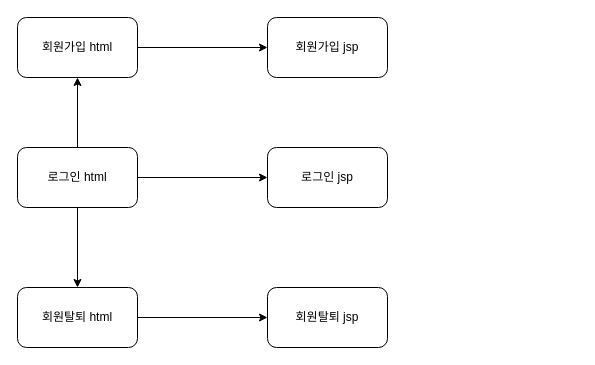
Above: 제목 없는 다이어그램.drawio in SEDO11/Diagram (draw.io), before the change. Source tidied: cells renumbered, new cells numbered last; positions are measured from the earlier drawing's top-left corner, leaving out a move shared by most shapes. Both pictures are drawn from the tidied source at 100%, with x=0, y=0 at pixel (17, 17).
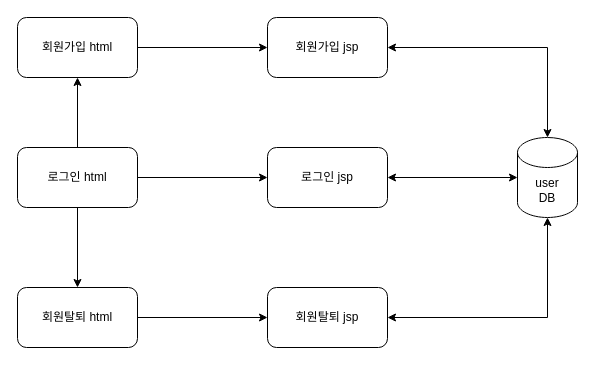
The same diagram, later.

What changed in the source:
```diff
@@
 <mxGraphModel>
   <root>
     <mxCell id="0" />
     <mxCell id="1" parent="0" />
     <mxCell id="2" style="edgeStyle=orthogonalEdgeStyle;rounded=0;jettySize=auto;html=1;exitX=1;exitY=0.5;exitDx=0;exitDy=0;" parent="1" edge="1" source="3" target="6">
       <mxGeometry relative="1" as="geometry" />
     </mxCell>
     <mxCell id="3" value="회원가입 html" style="rounded=1;whiteSpace=wrap;html=1;" parent="1" vertex="1">
       <mxGeometry width="120" height="60" as="geometry" />
     </mxCell>
     <mxCell id="4" style="edgeStyle=orthogonalEdgeStyle;rounded=0;jettySize=auto;html=1;exitX=1;exitY=0.5;exitDx=0;exitDy=0;entryX=0;entryY=0.5;entryDx=0;entryDy=0;" parent="1" edge="1" source="5" target="7">
       <mxGeometry relative="1" as="geometry" />
     </mxCell>
     <mxCell id="5" value="회원탈퇴 html" style="rounded=1;whiteSpace=wrap;html=1;" parent="1" vertex="1">
       <mxGeometry y="270" width="120" height="60" as="geometry" />
     </mxCell>
     <mxCell id="6" value="회원가입 jsp" style="rounded=1;whiteSpace=wrap;html=1;" parent="1" vertex="1">
       <mxGeometry x="250" width="120" height="60" as="geometry" />
     </mxCell>
     <mxCell id="7" value="회원탈퇴 jsp" style="rounded=1;whiteSpace=wrap;html=1;" parent="1" vertex="1">
       <mxGeometry x="250" y="270" width="120" height="60" as="geometry" />
     </mxCell>
     <mxCell id="8" value="로그인 jsp" style="rounded=1;whiteSpace=wrap;html=1;" parent="1" vertex="1">
       <mxGeometry x="250" y="130" width="120" height="60" as="geometry" />
     </mxCell>
     <mxCell id="9" style="edgeStyle=orthogonalEdgeStyle;rounded=0;jettySize=auto;html=1;exitX=1;exitY=0.5;exitDx=0;exitDy=0;entryX=0;entryY=0.5;entryDx=0;entryDy=0;" parent="1" edge="1" source="12" target="8">
       <mxGeometry relative="1" as="geometry" />
     </mxCell>
     <mxCell id="10" style="edgeStyle=orthogonalEdgeStyle;rounded=0;jettySize=auto;html=1;" parent="1" edge="1" source="12" target="3">
       <mxGeometry relative="1" as="geometry" />
     </mxCell>
     <mxCell id="11" style="edgeStyle=orthogonalEdgeStyle;rounded=0;jettySize=auto;html=1;" parent="1" edge="1" source="12" target="5">
       <mxGeometry relative="1" as="geometry" />
     </mxCell>
     <mxCell id="12" value="로그인 html" style="rounded=1;whiteSpace=wrap;html=1;" parent="1" vertex="1">
       <mxGeometry y="130" width="120" height="60" as="geometry" />
     </mxCell>
+    <mxCell id="13" value="user&lt;br&gt;DB" style="shape=cylinder3;whiteSpace=wrap;html=1;boundedLbl=1;backgroundOutline=1;size=15;" parent="1" vertex="1">
+      <mxGeometry x="500" y="120" width="60" height="80" as="geometry" />
+    </mxCell>
+    <mxCell id="14" style="endArrow=classic;startArrow=classic;html=1;rounded=0;exitX=0.5;exitY=0;exitDx=0;exitDy=0;exitPerimeter=0;entryX=1;entryY=0.5;entryDx=0;entryDy=0;" parent="1" edge="1" source="13" target="6">
+      <mxGeometry relative="1" as="geometry">
+        <Array as="points">
+          <mxPoint x="530" y="30" />
+        </Array>
+      </mxGeometry>
+    </mxCell>
+    <mxCell id="15" style="endArrow=classic;startArrow=classic;html=1;rounded=0;exitX=0.5;exitY=1;exitDx=0;exitDy=0;exitPerimeter=0;entryX=1;entryY=0.5;entryDx=0;entryDy=0;" parent="1" edge="1" source="13" target="7">
+      <mxGeometry relative="1" as="geometry">
+        <Array as="points">
+          <mxPoint x="530" y="300" />
+        </Array>
+      </mxGeometry>
+    </mxCell>
+    <mxCell id="16" style="endArrow=classic;startArrow=classic;html=1;rounded=0;exitX=1;exitY=0.5;exitDx=0;exitDy=0;entryX=0;entryY=0.5;entryDx=0;entryDy=0;entryPerimeter=0;" parent="1" edge="1" source="8" target="13">
+      <mxGeometry relative="1" as="geometry" />
+    </mxCell>
   </root>
 </mxGraphModel>
```
